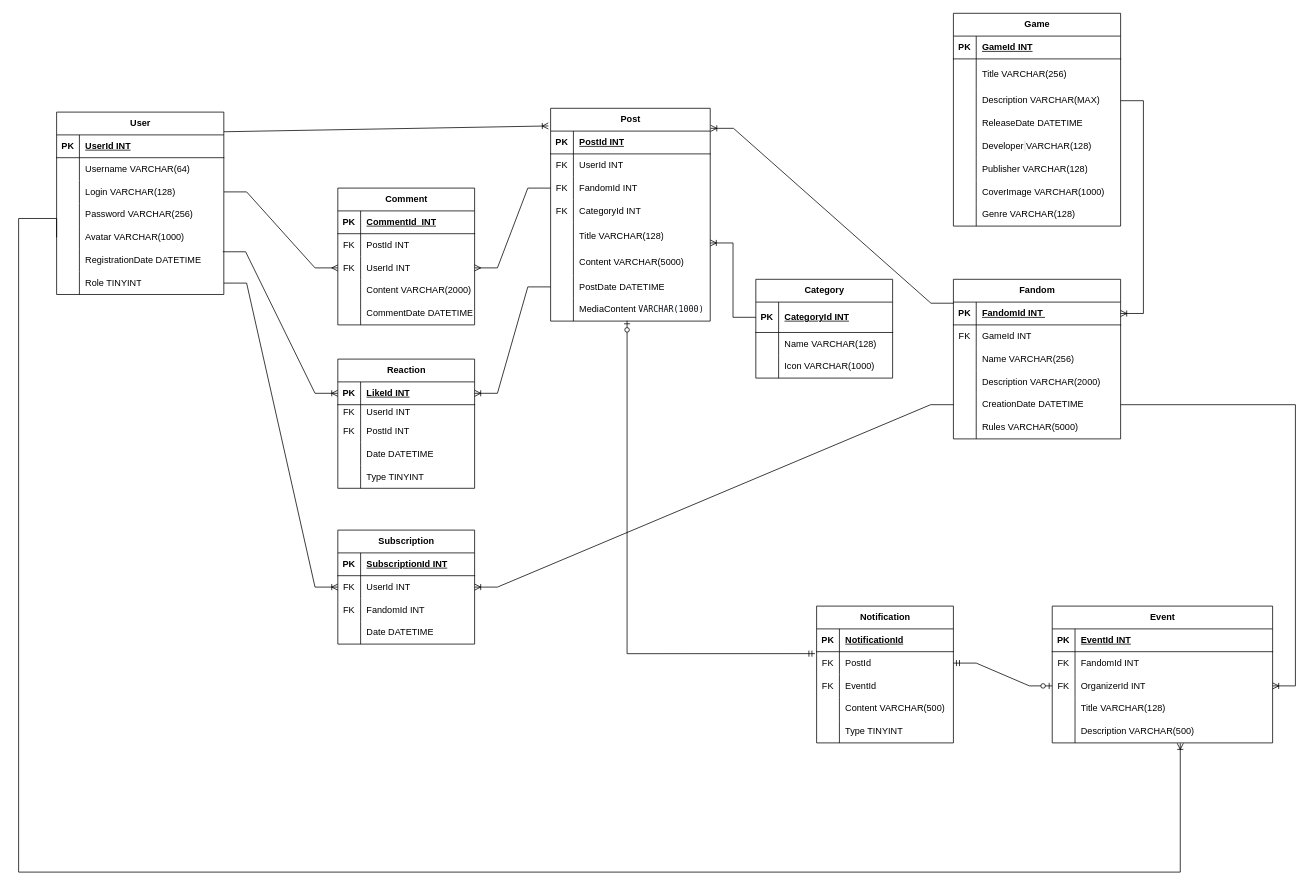
This is FanHubDiagram.drawio from Kaskinji/FanHub, a draw.io file, before an edit. Source tidied: cells renumbered, new cells numbered last; positions are measured from the earlier drawing's top-left corner, leaving out a move shared by most shapes. Both pictures are drawn from the tidied source at 76%, with x=0, y=0 at pixel (18, 13).
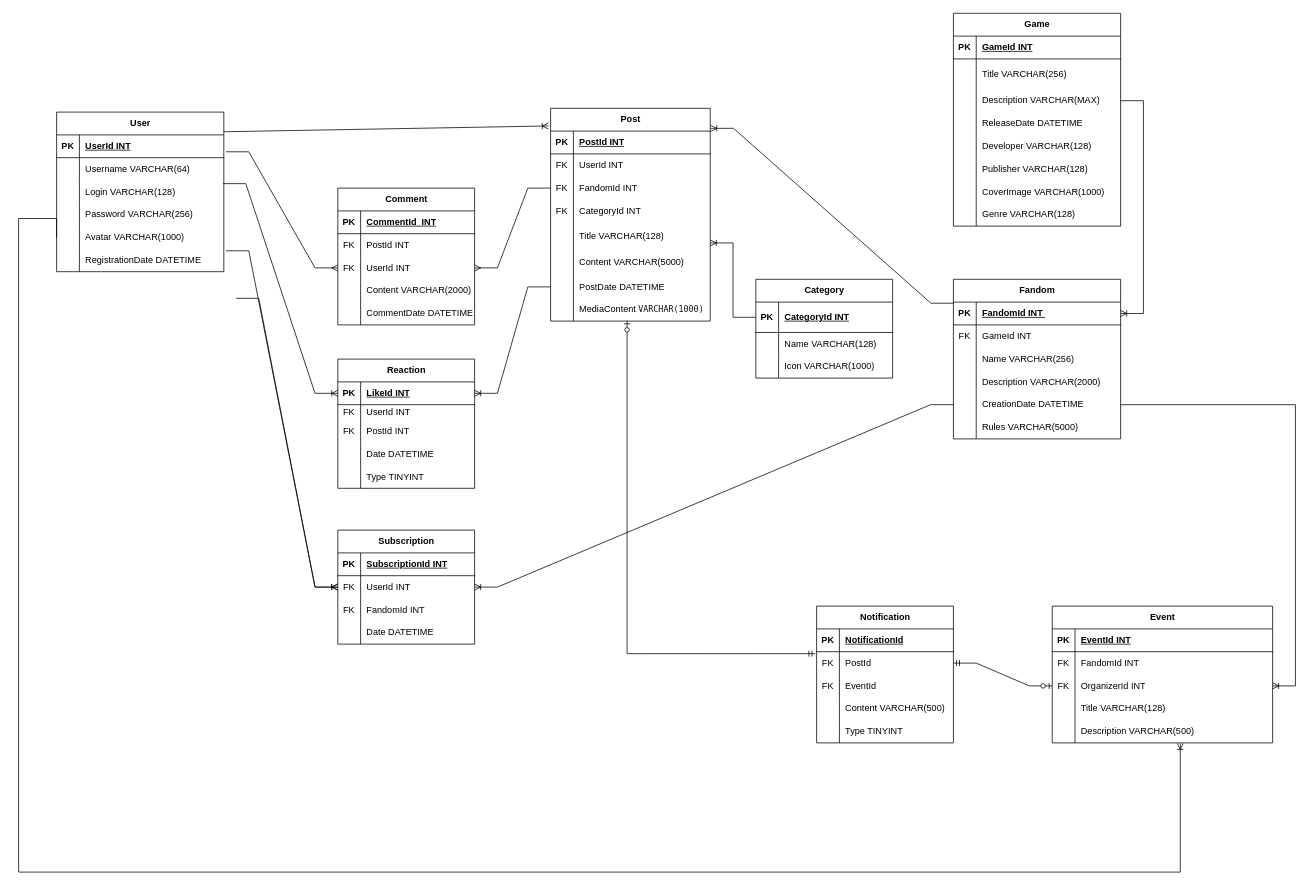
The same diagram, later.

The change refers to these unchanged cells:
```xml
<mxCell id="3" style="shape=tableRow;horizontal=0;startSize=0;swimlaneHead=0;swimlaneBody=0;fillColor=none;points=[[0,0.5],[1,0.5]];portConstraint=eastwest;top=0;left=0;right=0;bottom=1;" parent="2" vertex="1">
  <mxGeometry y="30" width="220" height="30" as="geometry" />
</mxCell>
<mxCell id="9" style="shape=tableRow;horizontal=0;startSize=0;swimlaneHead=0;swimlaneBody=0;fillColor=none;points=[[0,0.5],[1,0.5]];portConstraint=eastwest;top=0;left=0;right=0;bottom=0;" parent="2" vertex="1">
  <mxGeometry y="90" width="220" height="30" as="geometry" />
</mxCell>
<mxCell id="18" style="shape=tableRow;horizontal=0;startSize=0;swimlaneHead=0;swimlaneBody=0;fillColor=none;points=[[0,0.5],[1,0.5]];portConstraint=eastwest;top=0;left=0;right=0;bottom=0;" parent="2" vertex="1">
  <mxGeometry y="180" width="220" height="30" as="geometry" />
</mxCell>
<mxCell id="28" style="shape=tableRow;horizontal=0;startSize=0;swimlaneHead=0;swimlaneBody=0;fillColor=none;points=[[0,0.5],[1,0.5]];portConstraint=eastwest;top=0;left=0;right=0;bottom=0;" parent="24" vertex="1">
  <mxGeometry y="60" width="180" height="30" as="geometry" />
</mxCell>
<mxCell id="94" style="shape=tableRow;horizontal=0;startSize=0;swimlaneHead=0;swimlaneBody=0;fillColor=none;points=[[0,0.5],[1,0.5]];portConstraint=eastwest;top=0;left=0;right=0;bottom=0;" parent="87" vertex="1">
  <mxGeometry y="90" width="180" height="30" as="geometry" />
</mxCell>
<mxCell id="104" style="shape=tableRow;horizontal=0;startSize=0;swimlaneHead=0;swimlaneBody=0;fillColor=none;points=[[0,0.5],[1,0.5]];portConstraint=eastwest;top=0;left=0;right=0;bottom=1;" parent="103" vertex="1">
  <mxGeometry y="30" width="180" height="30" as="geometry" />
</mxCell>
```

What changed in the source:
```diff
@@
     <mxCell id="2" value="User" style="shape=table;startSize=30;childLayout=tableLayout;rowLines=0;fontStyle=1;align=center;html=1;" parent="1" vertex="1">
-      <mxGeometry x="50" y="130" width="220" height="240" as="geometry" />
+      <mxGeometry x="50" y="130" width="220" height="210" as="geometry" />
     </mxCell>
@@
-    <mxCell id="21" style="shape=tableRow;horizontal=0;startSize=0;swimlaneHead=0;swimlaneBody=0;fillColor=none;points=[[0,0.5],[1,0.5]];portConstraint=eastwest;top=0;left=0;right=0;bottom=0;" parent="2" vertex="1">
-      <mxGeometry y="210" width="220" height="30" as="geometry" />
-    </mxCell>
-    <mxCell id="22" style="shape=partialRectangle;fillColor=none;top=0;left=0;bottom=0;right=0;overflow=hidden;whiteSpace=wrap;html=1;" parent="21" vertex="1">
-      <mxGeometry width="30" height="30" as="geometry" />
-    </mxCell>
-    <mxCell id="23" value="&lt;span style=&quot;text-align: center;&quot;&gt;Role TINYINT&lt;/span&gt;" style="shape=partialRectangle;fillColor=none;top=0;left=0;bottom=0;right=0;align=left;spacingLeft=6;overflow=hidden;whiteSpace=wrap;html=1;" parent="21" vertex="1">
-      <mxGeometry x="30" width="190" height="30" as="geometry" />
-    </mxCell>
@@
-    <mxCell id="148" style="edgeStyle=entityRelationEdgeStyle;fontSize=12;html=1;endArrow=ERmany;rounded=0;exitX=1;exitY=0.5;exitDx=0;exitDy=0;entryX=0;entryY=0.5;entryDx=0;entryDy=0;" parent="1" edge="1" source="9" target="94">
+    <mxCell id="148" style="edgeStyle=entityRelationEdgeStyle;fontSize=12;html=1;endArrow=ERmany;rounded=0;exitX=1.013;exitY=0.741;exitDx=0;exitDy=0;entryX=0;entryY=0.5;entryDx=0;entryDy=0;exitPerimeter=0;" parent="1" edge="1" source="3" target="94">
       <mxGeometry relative="1" as="geometry" />
     </mxCell>
@@
-    <mxCell id="151" style="edgeStyle=entityRelationEdgeStyle;fontSize=12;html=1;endArrow=ERoneToMany;rounded=0;entryX=0;entryY=0.5;entryDx=0;entryDy=0;exitX=0.994;exitY=0.126;exitDx=0;exitDy=0;exitPerimeter=0;" parent="1" edge="1" source="18" target="104">
+    <mxCell id="151" style="edgeStyle=entityRelationEdgeStyle;fontSize=12;html=1;endArrow=ERoneToMany;rounded=0;entryX=0;entryY=0.5;entryDx=0;entryDy=0;exitX=0.995;exitY=0.138;exitDx=0;exitDy=0;exitPerimeter=0;" parent="1" edge="1" source="9" target="104">
       <mxGeometry relative="1" as="geometry" />
     </mxCell>
@@
-    <mxCell id="153" style="edgeStyle=entityRelationEdgeStyle;fontSize=12;html=1;endArrow=ERoneToMany;rounded=0;entryX=0;entryY=0.5;entryDx=0;entryDy=0;exitX=1;exitY=0.5;exitDx=0;exitDy=0;" parent="1" edge="1" source="21" target="28">
-      <mxGeometry relative="1" as="geometry" />
+    <mxCell id="153" style="edgeStyle=entityRelationEdgeStyle;fontSize=12;html=1;endArrow=ERoneToMany;rounded=0;entryX=0;entryY=0.5;entryDx=0;entryDy=0;exitX=1;exitY=0.5;exitDx=0;exitDy=0;" parent="1" edge="1" target="28">
+      <mxGeometry relative="1" as="geometry">
+        <mxPoint x="286" y="375" as="sourcePoint" />
+      </mxGeometry>
     </mxCell>
@@
+    <mxCell id="196" style="edgeStyle=entityRelationEdgeStyle;fontSize=12;html=1;endArrow=ERoneToMany;rounded=0;entryX=0;entryY=0.5;entryDx=0;entryDy=0;exitX=1.013;exitY=0.084;exitDx=0;exitDy=0;exitPerimeter=0;" parent="1" edge="1" source="18" target="28">
+      <mxGeometry relative="1" as="geometry" />
+    </mxCell>
```
